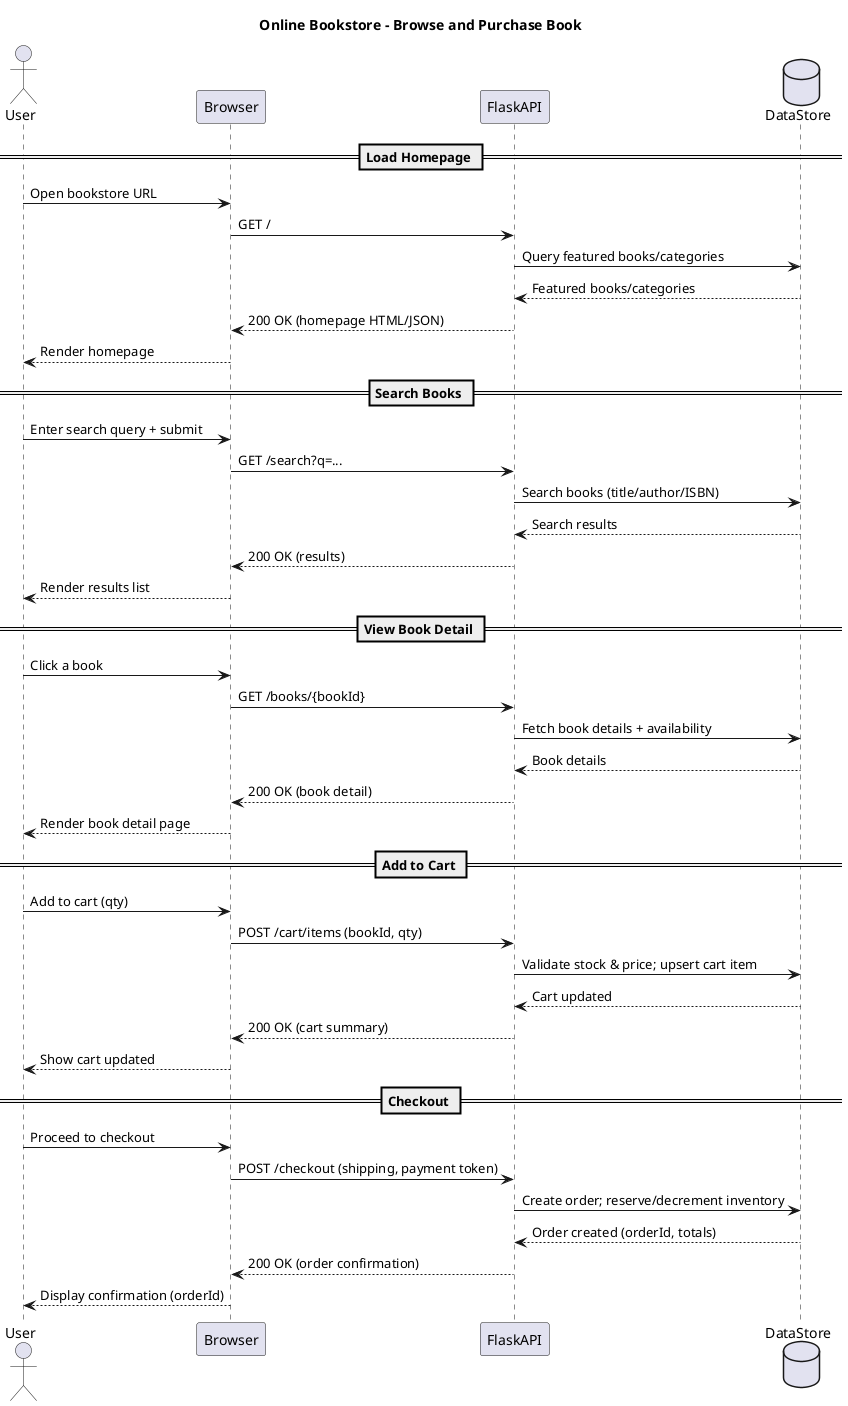
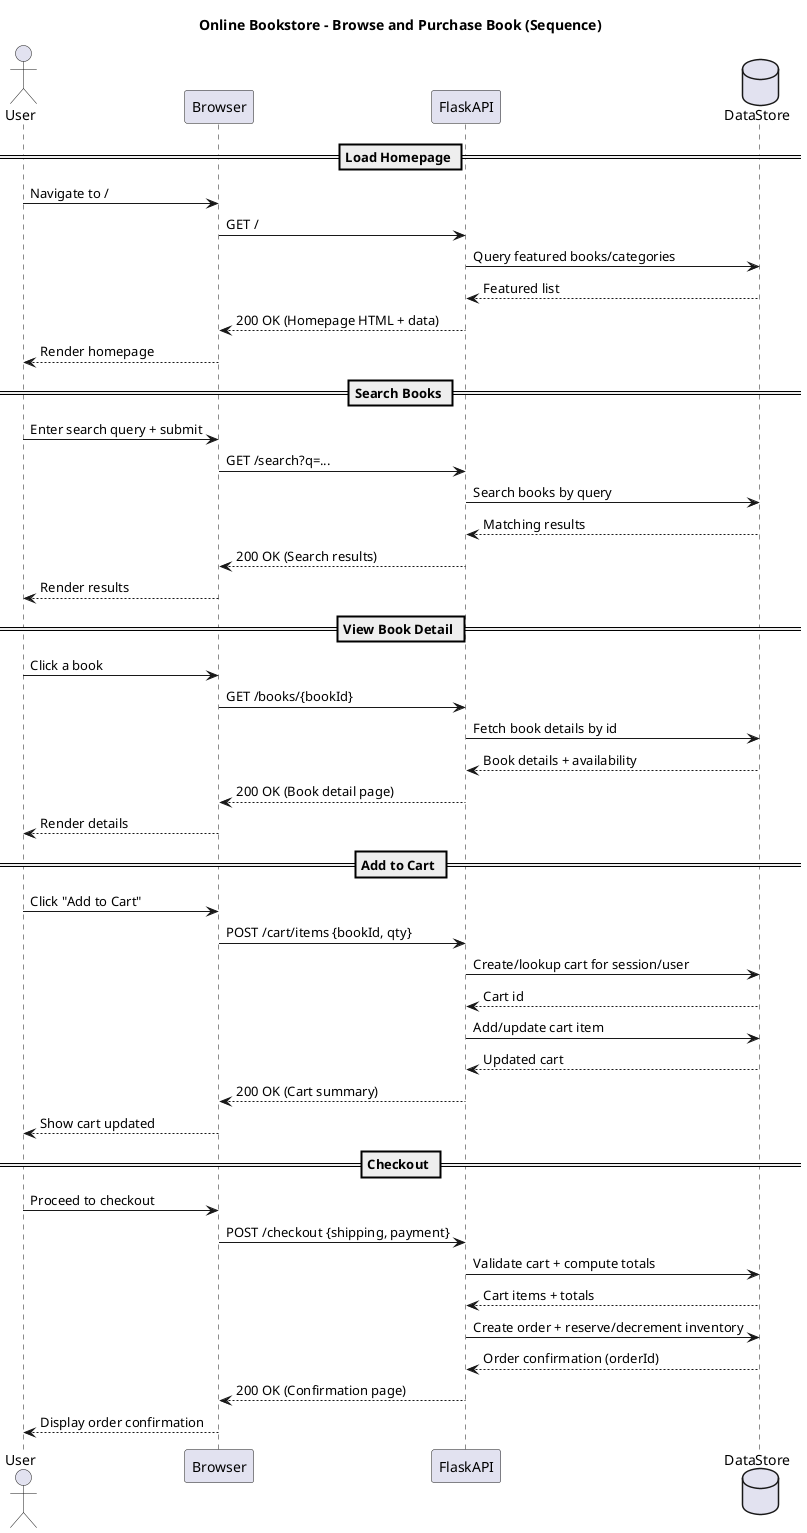
@startuml
- title Online Bookstore - Browse and Purchase Book
+ title Online Bookstore - Browse and Purchase Book (Sequence)

actor User
participant Browser
participant FlaskAPI
database DataStore

== Load Homepage ==
- User -> Browser: Open bookstore URL
+ User -> Browser: Navigate to /
Browser -> FlaskAPI: GET /
FlaskAPI -> DataStore: Query featured books/categories
- DataStore --> FlaskAPI: Featured books/categories
- FlaskAPI --> Browser: 200 OK (homepage HTML/JSON)
+ DataStore --> FlaskAPI: Featured list
+ FlaskAPI --> Browser: 200 OK (Homepage HTML + data)
Browser --> User: Render homepage

== Search Books ==
User -> Browser: Enter search query + submit
Browser -> FlaskAPI: GET /search?q=...
- FlaskAPI -> DataStore: Search books (title/author/ISBN)
- DataStore --> FlaskAPI: Search results
- FlaskAPI --> Browser: 200 OK (results)
- Browser --> User: Render results list
+ FlaskAPI -> DataStore: Search books by query
+ DataStore --> FlaskAPI: Matching results
+ FlaskAPI --> Browser: 200 OK (Search results)
+ Browser --> User: Render results

== View Book Detail ==
User -> Browser: Click a book
Browser -> FlaskAPI: GET /books/{bookId}
- FlaskAPI -> DataStore: Fetch book details + availability
- DataStore --> FlaskAPI: Book details
- FlaskAPI --> Browser: 200 OK (book detail)
- Browser --> User: Render book detail page
+ FlaskAPI -> DataStore: Fetch book details by id
+ DataStore --> FlaskAPI: Book details + availability
+ FlaskAPI --> Browser: 200 OK (Book detail page)
+ Browser --> User: Render details

== Add to Cart ==
- User -> Browser: Add to cart (qty)
- Browser -> FlaskAPI: POST /cart/items (bookId, qty)
- FlaskAPI -> DataStore: Validate stock & price; upsert cart item
- DataStore --> FlaskAPI: Cart updated
- FlaskAPI --> Browser: 200 OK (cart summary)
+ User -> Browser: Click "Add to Cart"
+ Browser -> FlaskAPI: POST /cart/items {bookId, qty}
+ FlaskAPI -> DataStore: Create/lookup cart for session/user
+ DataStore --> FlaskAPI: Cart id
+ FlaskAPI -> DataStore: Add/update cart item
+ DataStore --> FlaskAPI: Updated cart
+ FlaskAPI --> Browser: 200 OK (Cart summary)
Browser --> User: Show cart updated

== Checkout ==
User -> Browser: Proceed to checkout
- Browser -> FlaskAPI: POST /checkout (shipping, payment token)
- FlaskAPI -> DataStore: Create order; reserve/decrement inventory
- DataStore --> FlaskAPI: Order created (orderId, totals)
- FlaskAPI --> Browser: 200 OK (order confirmation)
- Browser --> User: Display confirmation (orderId)
+ Browser -> FlaskAPI: POST /checkout {shipping, payment}
+ FlaskAPI -> DataStore: Validate cart + compute totals
+ DataStore --> FlaskAPI: Cart items + totals
+ FlaskAPI -> DataStore: Create order + reserve/decrement inventory
+ DataStore --> FlaskAPI: Order confirmation (orderId)
+ FlaskAPI --> Browser: 200 OK (Confirmation page)
+ Browser --> User: Display order confirmation

@enduml